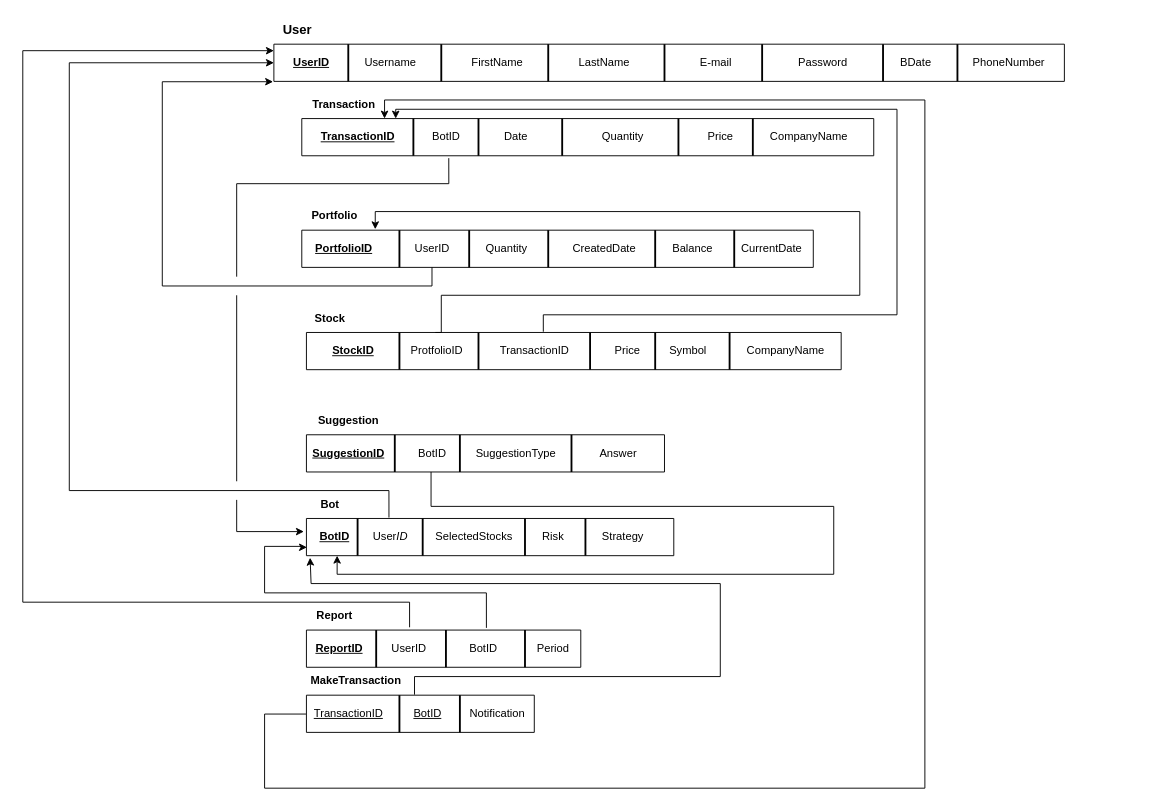
Above: Diagrams/RELATIONAL SCHEMA.drawio in Abdulmohsen23/IS498 (draw.io), before the change. Source tidied: cells renumbered, new cells numbered last; positions are measured from the earlier drawing's top-left corner, leaving out a move shared by most shapes. Both pictures are drawn from the tidied source at 93%, with x=0, y=0 at pixel (22, 16).
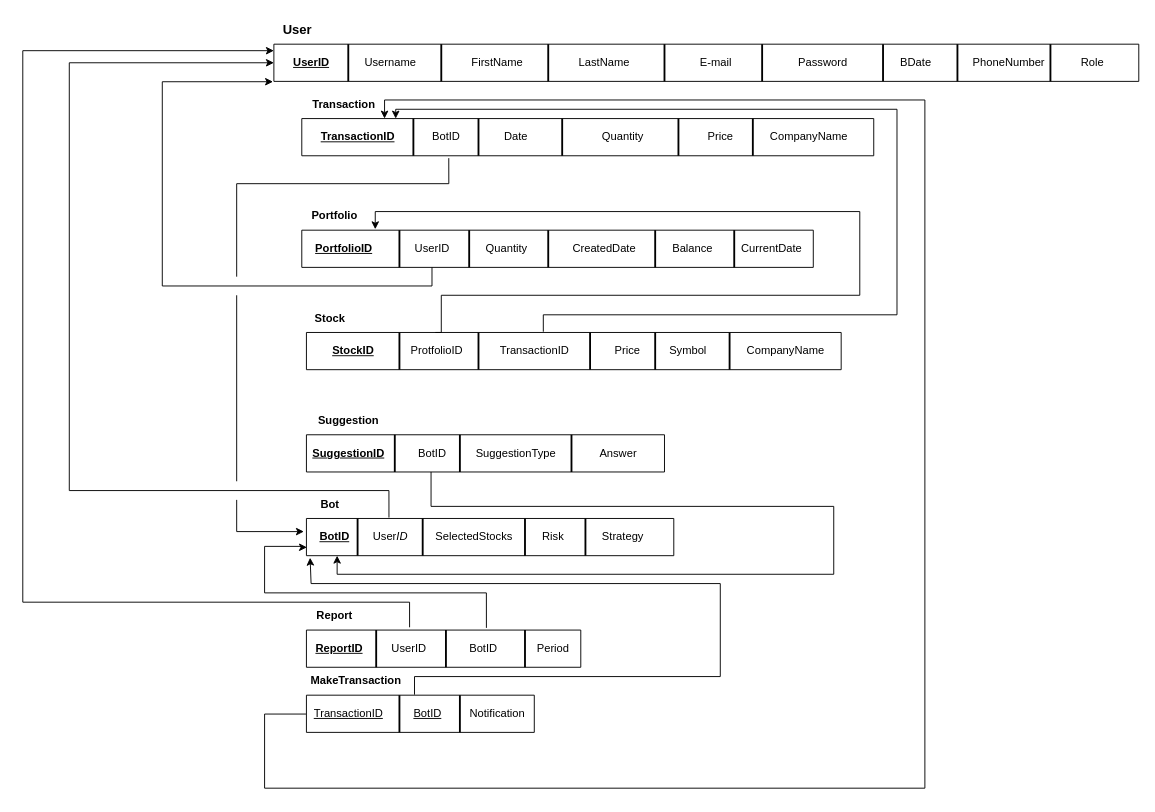
Above is the later version.

Change to the diagram source:
```diff
@@
     <mxCell id="2" style="verticalLabelPosition=bottom;verticalAlign=top;html=1;shape=mxgraph.basic.rect;fillColor2=none;strokeWidth=1;size=20;indent=0;flipV=1;flipH=1;" parent="1" vertex="1">
-      <mxGeometry x="270" y="30" width="850" height="40" as="geometry" />
+      <mxGeometry x="270" y="30" width="930" height="40" as="geometry" />
     </mxCell>
@@
+    <mxCell id="106" value="Role" style="text;html=1;align=center;verticalAlign=middle;strokeColor=none;fillColor=none;" parent="1" vertex="1">
+      <mxGeometry x="1125" y="35" width="50" height="30" as="geometry" />
+    </mxCell>
+    <mxCell id="107" style="line;strokeWidth=2;direction=south;html=1;" parent="1" vertex="1">
+      <mxGeometry x="1100" y="30" width="10" height="40" as="geometry" />
+    </mxCell>
```
